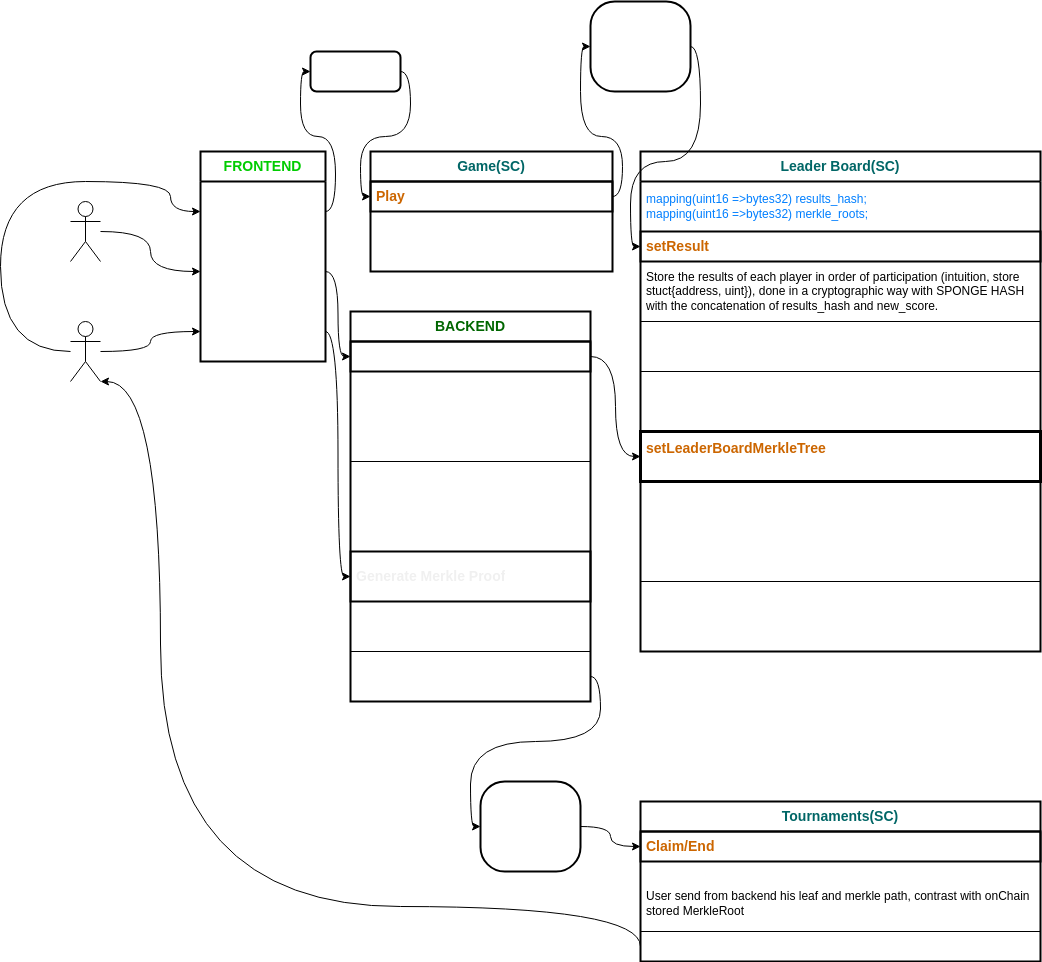
Above: GameFlowSchema.drawio.png in TFM-Torneos-Blockchain/scaffoldVersion (draw.io), before the change. Source tidied: cells renumbered, new cells last; positions are measured from the earlier drawing's top-left corner, leaving out a move shared by most shapes.
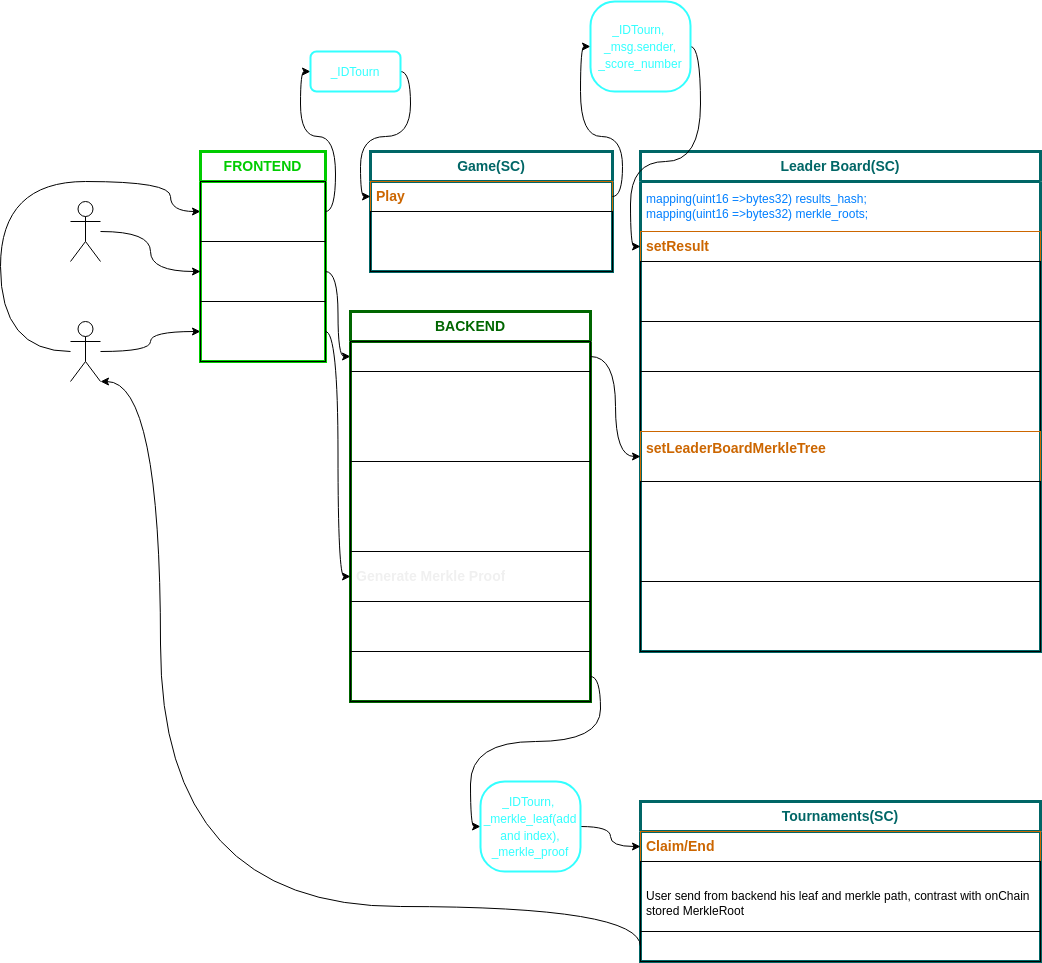
After the change.

Commit message:
Schema colors

Change to the diagram source:
```diff
@@ -20,18 +20,18 @@
     </mxCell>
-    <mxCell id="5" value="&lt;font color=&quot;#00cc00&quot; style=&quot;font-size: 14px;&quot;&gt;&lt;b&gt;FRONTEND&lt;/b&gt;&lt;/font&gt;" style="swimlane;fontStyle=0;horizontal=1;startSize=30;whiteSpace=wrap;html=1;strokeWidth=2;" parent="1" vertex="1">
+    <mxCell id="5" value="&lt;font color=&quot;#00cc00&quot; style=&quot;font-size: 14px;&quot;&gt;&lt;b&gt;FRONTEND&lt;/b&gt;&lt;/font&gt;" style="swimlane;fontStyle=0;horizontal=1;startSize=30;whiteSpace=wrap;html=1;strokeWidth=3;strokeColor=#00CC00;" parent="1" vertex="1">
       <mxGeometry x="200" y="150" width="125" height="210" as="geometry" />
     </mxCell>
-    <mxCell id="6" value="&lt;span style=&quot;text-align: center;&quot;&gt;&lt;font color=&quot;#ffffff&quot;&gt;Play Tournament X&lt;/font&gt;&lt;/span&gt;" style="text;strokeColor=none;fillColor=none;align=left;verticalAlign=middle;spacingLeft=4;spacingRight=4;overflow=hidden;points=[[0,0.5],[1,0.5]];portConstraint=eastwest;whiteSpace=wrap;html=1;" parent="5" vertex="1">
+    <mxCell id="6" value="&lt;span style=&quot;text-align: center;&quot;&gt;&lt;font color=&quot;#ffffff&quot;&gt;Play Tournament X&lt;/font&gt;&lt;/span&gt;" style="text;strokeColor=default;fillColor=none;align=left;verticalAlign=middle;spacingLeft=4;spacingRight=4;overflow=hidden;points=[[0,0.5],[1,0.5]];portConstraint=eastwest;whiteSpace=wrap;html=1;" parent="5" vertex="1">
       <mxGeometry y="30" width="125" height="60" as="geometry" />
     </mxCell>
-    <mxCell id="7" value="&lt;font color=&quot;#ffffff&quot;&gt;SetLeaderBoard&lt;/font&gt;" style="text;strokeColor=none;fillColor=none;align=left;verticalAlign=middle;spacingLeft=4;spacingRight=4;overflow=hidden;points=[[0,0.5],[1,0.5]];portConstraint=eastwest;whiteSpace=wrap;html=1;" parent="5" vertex="1">
+    <mxCell id="7" value="&lt;font color=&quot;#ffffff&quot;&gt;SetLeaderBoard&lt;/font&gt;" style="text;strokeColor=default;fillColor=none;align=left;verticalAlign=middle;spacingLeft=4;spacingRight=4;overflow=hidden;points=[[0,0.5],[1,0.5]];portConstraint=eastwest;whiteSpace=wrap;html=1;" parent="5" vertex="1">
       <mxGeometry y="90" width="125" height="60" as="geometry" />
     </mxCell>
-    <mxCell id="8" value="&lt;font color=&quot;#ffffff&quot;&gt;Claim&lt;/font&gt;" style="text;strokeColor=none;fillColor=none;align=left;verticalAlign=middle;spacingLeft=4;spacingRight=4;overflow=hidden;points=[[0,0.5],[1,0.5]];portConstraint=eastwest;whiteSpace=wrap;html=1;" parent="5" vertex="1">
+    <mxCell id="8" value="&lt;font color=&quot;#ffffff&quot;&gt;Claim&lt;/font&gt;" style="text;strokeColor=default;fillColor=none;align=left;verticalAlign=middle;spacingLeft=4;spacingRight=4;overflow=hidden;points=[[0,0.5],[1,0.5]];portConstraint=eastwest;whiteSpace=wrap;html=1;" parent="5" vertex="1">
       <mxGeometry y="150" width="125" height="60" as="geometry" />
     </mxCell>
-    <mxCell id="9" value="&lt;b&gt;&lt;font color=&quot;#006666&quot; style=&quot;font-size: 14px;&quot;&gt;Game(SC)&lt;/font&gt;&lt;/b&gt;" style="swimlane;fontStyle=0;horizontal=1;startSize=30;whiteSpace=wrap;html=1;strokeWidth=2;" parent="1" vertex="1">
+    <mxCell id="9" value="&lt;b&gt;&lt;font color=&quot;#006666&quot; style=&quot;font-size: 14px;&quot;&gt;Game(SC)&lt;/font&gt;&lt;/b&gt;" style="swimlane;fontStyle=0;horizontal=1;startSize=30;whiteSpace=wrap;html=1;strokeWidth=3;strokeColor=#006666;" parent="1" vertex="1">
       <mxGeometry x="370" y="150" width="242" height="120" as="geometry" />
     </mxCell>
-    <mxCell id="10" value="&lt;b&gt;&lt;font color=&quot;#cc6600&quot; style=&quot;font-size: 14px;&quot;&gt;Play&lt;/font&gt;&lt;/b&gt;" style="text;strokeColor=default;fillColor=none;align=left;verticalAlign=middle;spacingLeft=4;spacingRight=4;overflow=hidden;points=[[0,0.5],[1,0.5]];portConstraint=eastwest;whiteSpace=wrap;html=1;strokeWidth=2;" parent="9" vertex="1">
+    <mxCell id="10" value="&lt;b&gt;&lt;font color=&quot;#cc6600&quot; style=&quot;font-size: 14px;&quot;&gt;Play&lt;/font&gt;&lt;/b&gt;" style="text;strokeColor=#CC6600;fillColor=none;align=left;verticalAlign=middle;spacingLeft=4;spacingRight=4;overflow=hidden;points=[[0,0.5],[1,0.5]];portConstraint=eastwest;whiteSpace=wrap;html=1;strokeWidth=1;" parent="9" vertex="1">
       <mxGeometry y="30" width="242" height="30" as="geometry" />
@@ -47,3 +47,3 @@
     </mxCell>
-    <mxCell id="14" value="&lt;b&gt;&lt;font color=&quot;#006666&quot; style=&quot;font-size: 14px;&quot;&gt;Leader Board(SC)&lt;/font&gt;&lt;/b&gt;" style="swimlane;fontStyle=0;horizontal=1;startSize=30;whiteSpace=wrap;html=1;strokeWidth=2;" parent="1" vertex="1">
+    <mxCell id="14" value="&lt;b&gt;&lt;font color=&quot;#006666&quot; style=&quot;font-size: 14px;&quot;&gt;Leader Board(SC)&lt;/font&gt;&lt;/b&gt;" style="swimlane;fontStyle=0;horizontal=1;startSize=30;whiteSpace=wrap;html=1;strokeWidth=3;strokeColor=#006666;" parent="1" vertex="1">
       <mxGeometry x="640" y="150" width="400" height="500" as="geometry" />
@@ -53,6 +53,6 @@
     </mxCell>
-    <mxCell id="16" value="&lt;b&gt;&lt;font color=&quot;#cc6600&quot; style=&quot;font-size: 14px;&quot;&gt;setResult&amp;nbsp;&lt;/font&gt;&lt;/b&gt;" style="text;strokeColor=default;fillColor=none;align=left;verticalAlign=middle;spacingLeft=4;spacingRight=4;overflow=hidden;points=[[0,0.5],[1,0.5]];portConstraint=eastwest;whiteSpace=wrap;html=1;strokeWidth=2;" parent="14" vertex="1">
+    <mxCell id="16" value="&lt;b&gt;&lt;font color=&quot;#cc6600&quot; style=&quot;font-size: 14px;&quot;&gt;setResult&amp;nbsp;&lt;/font&gt;&lt;/b&gt;" style="text;strokeColor=#CC6600;fillColor=none;align=left;verticalAlign=middle;spacingLeft=4;spacingRight=4;overflow=hidden;points=[[0,0.5],[1,0.5]];portConstraint=eastwest;whiteSpace=wrap;html=1;strokeWidth=1;" parent="14" vertex="1">
       <mxGeometry y="80" width="400" height="30" as="geometry" />
     </mxCell>
-    <mxCell id="17" value="Store the results of each player in order of participation (intuition, store stuct{address, uint}), done in a cryptographic way with SPONGE HASH with the concatenation of results_hash and new_score." style="text;strokeColor=default;fillColor=none;align=left;verticalAlign=middle;spacingLeft=4;spacingRight=4;overflow=hidden;whiteSpace=wrap;html=1;strokeWidth=1;" parent="14" vertex="1">
+    <mxCell id="17" value="&lt;font color=&quot;#ffffff&quot;&gt;Store the results of each player in order of participation (intuition, store stuct{address, uint}), done in a cryptographic way with SPONGE HASH with the concatenation of results_hash and new_score.&lt;/font&gt;" style="text;strokeColor=default;fillColor=none;align=left;verticalAlign=middle;spacingLeft=4;spacingRight=4;overflow=hidden;whiteSpace=wrap;html=1;strokeWidth=1;" parent="14" vertex="1">
       <mxGeometry y="110" width="400" height="60" as="geometry" />
@@ -65,3 +65,3 @@
     </mxCell>
-    <mxCell id="20" value="&lt;b&gt;&lt;font style=&quot;font-size: 14px;&quot;&gt;&lt;font color=&quot;#cc6600&quot;&gt;setLeaderBoardMerkleTree&lt;/font&gt;&lt;font color=&quot;#ffffff&quot;&gt;(bytes desordenated_list, uint[]positions)&lt;/font&gt;&lt;/font&gt;&lt;/b&gt;" style="text;strokeColor=default;fillColor=none;align=left;verticalAlign=middle;spacingLeft=4;spacingRight=4;overflow=hidden;points=[[0,0.5],[1,0.5]];portConstraint=eastwest;whiteSpace=wrap;html=1;strokeWidth=3;" parent="14" vertex="1">
+    <mxCell id="20" value="&lt;b&gt;&lt;font style=&quot;font-size: 14px;&quot;&gt;&lt;font color=&quot;#cc6600&quot;&gt;setLeaderBoardMerkleTree&lt;/font&gt;&lt;font color=&quot;#ffffff&quot;&gt;(bytes desordenated_list, uint[]positions)&lt;/font&gt;&lt;/font&gt;&lt;/b&gt;" style="text;strokeColor=#CC6600;fillColor=none;align=left;verticalAlign=middle;spacingLeft=4;spacingRight=4;overflow=hidden;points=[[0,0.5],[1,0.5]];portConstraint=eastwest;whiteSpace=wrap;html=1;strokeWidth=1;" parent="14" vertex="1">
       <mxGeometry y="280" width="400" height="50" as="geometry" />
@@ -80,6 +80,6 @@
     </mxCell>
-    <mxCell id="25" value="&lt;font style=&quot;font-size: 12px;&quot; color=&quot;#ffffff&quot;&gt;_IDTourn,&amp;nbsp; _msg.sender, _score_number&lt;/font&gt;" style="rounded=1;whiteSpace=wrap;html=1;strokeWidth=2;fontSize=14;arcSize=27;fillColor=none;" parent="1" vertex="1">
+    <mxCell id="25" value="&lt;font color=&quot;#33ffff&quot; style=&quot;font-size: 12px;&quot;&gt;_IDTourn,&amp;nbsp; _msg.sender, _score_number&lt;/font&gt;" style="rounded=1;whiteSpace=wrap;html=1;strokeWidth=2;fontSize=14;arcSize=27;fillColor=none;strokeColor=#33FFFF;" parent="1" vertex="1">
       <mxGeometry x="590" width="100" height="90" as="geometry" />
     </mxCell>
-    <mxCell id="26" value="&lt;font style=&quot;font-size: 12px;&quot; color=&quot;#ffffff&quot;&gt;_IDTourn&lt;/font&gt;" style="rounded=1;whiteSpace=wrap;html=1;strokeWidth=2;fontSize=14;fillColor=none;" parent="1" vertex="1">
+    <mxCell id="26" value="&lt;font color=&quot;#33ffff&quot; style=&quot;font-size: 12px;&quot;&gt;_IDTourn&lt;/font&gt;" style="rounded=1;whiteSpace=wrap;html=1;strokeWidth=2;fontSize=14;fillColor=none;strokeColor=#33FFFF;" parent="1" vertex="1">
       <mxGeometry x="310" y="50" width="90" height="40" as="geometry" />
@@ -95,9 +95,9 @@
     </mxCell>
-    <mxCell id="30" value="&lt;b&gt;&lt;font color=&quot;#006600&quot; style=&quot;font-size: 14px;&quot;&gt;BACKEND&lt;/font&gt;&lt;/b&gt;" style="swimlane;fontStyle=0;horizontal=1;startSize=30;whiteSpace=wrap;html=1;strokeWidth=2;" parent="1" vertex="1">
+    <mxCell id="30" value="&lt;b&gt;&lt;font color=&quot;#006600&quot; style=&quot;font-size: 14px;&quot;&gt;BACKEND&lt;/font&gt;&lt;/b&gt;" style="swimlane;fontStyle=0;horizontal=1;startSize=30;whiteSpace=wrap;html=1;strokeWidth=3;strokeColor=#006600;" parent="1" vertex="1">
       <mxGeometry x="350" y="310" width="240" height="390" as="geometry" />
     </mxCell>
-    <mxCell id="31" value="&lt;span style=&quot;text-align: center;&quot;&gt;&lt;b&gt;&lt;font color=&quot;#ffffff&quot; style=&quot;font-size: 14px;&quot;&gt;LeaderBoard Preparation&lt;/font&gt;&lt;/b&gt;&lt;/span&gt;" style="text;strokeColor=default;fillColor=none;align=left;verticalAlign=middle;spacingLeft=4;spacingRight=4;overflow=hidden;points=[[0,0.5],[1,0.5]];portConstraint=eastwest;whiteSpace=wrap;html=1;strokeWidth=2;" parent="30" vertex="1">
+    <mxCell id="31" value="&lt;span style=&quot;text-align: center;&quot;&gt;&lt;b&gt;&lt;font color=&quot;#ffffff&quot; style=&quot;font-size: 14px;&quot;&gt;LeaderBoard Preparation&lt;/font&gt;&lt;/b&gt;&lt;/span&gt;" style="text;strokeColor=default;fillColor=none;align=left;verticalAlign=middle;spacingLeft=4;spacingRight=4;overflow=hidden;points=[[0,0.5],[1,0.5]];portConstraint=eastwest;whiteSpace=wrap;html=1;strokeWidth=1;" parent="30" vertex="1">
       <mxGeometry y="30" width="240" height="30" as="geometry" />
     </mxCell>
-    <mxCell id="32" value="&lt;font color=&quot;#ffffff&quot;&gt;Reading Event(ResultCreated), concatenate bytes of address and score for each player in the order of their participation and, generate desordenated_list.&lt;/font&gt;" style="text;strokeColor=default;fillColor=none;align=left;verticalAlign=middle;spacingLeft=4;spacingRight=4;overflow=hidden;whiteSpace=wrap;html=1;" parent="30" vertex="1">
+    <mxCell id="32" value="&lt;font color=&quot;#ffffff&quot;&gt;Reading Event(ResultCreated), concatenate bytes of address (20bytes) and score (32bytes) for each player in the order of their participation and, generate desordenated_list.&lt;/font&gt;" style="text;strokeColor=default;fillColor=none;align=left;verticalAlign=middle;spacingLeft=4;spacingRight=4;overflow=hidden;whiteSpace=wrap;html=1;" parent="30" vertex="1">
       <mxGeometry y="60" width="240" height="90" as="geometry" />
@@ -107,9 +107,9 @@
     </mxCell>
-    <mxCell id="34" value="&lt;span style=&quot;color: rgb(240, 240, 240); font-family: Helvetica; font-style: normal; font-variant-ligatures: normal; font-variant-caps: normal; letter-spacing: normal; orphans: 2; text-align: center; text-indent: 0px; text-transform: none; widows: 2; word-spacing: 0px; -webkit-text-stroke-width: 0px; text-decoration-thickness: initial; text-decoration-style: initial; text-decoration-color: initial; float: none; display: inline !important;&quot;&gt;&lt;b style=&quot;&quot;&gt;&lt;font style=&quot;font-size: 14px;&quot;&gt;Generate Merkle Proof&lt;/font&gt;&lt;/b&gt;&lt;/span&gt;" style="text;strokeColor=default;fillColor=none;align=left;verticalAlign=middle;spacingLeft=4;spacingRight=4;overflow=hidden;points=[[0,0.5],[1,0.5]];portConstraint=eastwest;whiteSpace=wrap;html=1;strokeWidth=2;" parent="30" vertex="1">
+    <mxCell id="34" value="&lt;span style=&quot;color: rgb(240, 240, 240); font-family: Helvetica; font-style: normal; font-variant-ligatures: normal; font-variant-caps: normal; letter-spacing: normal; orphans: 2; text-align: center; text-indent: 0px; text-transform: none; widows: 2; word-spacing: 0px; -webkit-text-stroke-width: 0px; text-decoration-thickness: initial; text-decoration-style: initial; text-decoration-color: initial; float: none; display: inline !important;&quot;&gt;&lt;b style=&quot;&quot;&gt;&lt;font style=&quot;font-size: 14px;&quot;&gt;Generate Merkle Proof&lt;/font&gt;&lt;/b&gt;&lt;/span&gt;" style="text;strokeColor=default;fillColor=none;align=left;verticalAlign=middle;spacingLeft=4;spacingRight=4;overflow=hidden;points=[[0,0.5],[1,0.5]];portConstraint=eastwest;whiteSpace=wrap;html=1;strokeWidth=1;" parent="30" vertex="1">
       <mxGeometry y="240" width="240" height="50" as="geometry" />
     </mxCell>
-    <mxCell id="35" value="&lt;font color=&quot;#ffffff&quot;&gt;&lt;span style=&quot;font-family: Helvetica; font-size: 12px; font-style: normal; font-variant-ligatures: normal; font-variant-caps: normal; font-weight: 400; letter-spacing: normal; orphans: 2; text-align: left; text-indent: 0px; text-transform: none; widows: 2; word-spacing: 0px; -webkit-text-stroke-width: 0px; text-decoration-thickness: initial; text-decoration-style: initial; text-decoration-color: initial; float: none; display: inline !important;&quot;&gt;with msg.sender retrieve position,&lt;/span&gt;&lt;br style=&quot;border-color: rgb(0, 0, 0); font-family: Helvetica; font-size: 12px; font-style: normal; font-variant-ligatures: normal; font-variant-caps: normal; font-weight: 400; letter-spacing: normal; orphans: 2; text-align: left; text-indent: 0px; text-transform: none; widows: 2; word-spacing: 0px; -webkit-text-stroke-width: 0px; text-decoration-thickness: initial; text-decoration-style: initial; text-decoration-color: initial;&quot;&gt;&lt;span style=&quot;font-family: Helvetica; font-size: 12px; font-style: normal; font-variant-ligatures: normal; font-variant-caps: normal; font-weight: 400; letter-spacing: normal; orphans: 2; text-align: left; text-indent: 0px; text-transform: none; widows: 2; word-spacing: 0px; -webkit-text-stroke-width: 0px; text-decoration-thickness: initial; text-decoration-style: initial; text-decoration-color: initial; float: none; display: inline !important;&quot;&gt;and generate user's merkle leaf&lt;/span&gt;&lt;/font&gt;" style="text;strokeColor=default;fillColor=none;align=left;verticalAlign=middle;spacingLeft=4;spacingRight=4;overflow=hidden;whiteSpace=wrap;html=1;strokeWidth=1;" parent="30" vertex="1">
+    <mxCell id="35" value="&lt;font color=&quot;#ffffff&quot;&gt;When a player wants to claim, with each address, retrieve position and create user's leaf.&lt;/font&gt;" style="text;strokeColor=default;fillColor=none;align=left;verticalAlign=middle;spacingLeft=4;spacingRight=4;overflow=hidden;whiteSpace=wrap;html=1;strokeWidth=1;" parent="30" vertex="1">
       <mxGeometry y="290" width="240" height="50" as="geometry" />
     </mxCell>
-    <mxCell id="36" value="&lt;font color=&quot;#ffffff&quot;&gt;Generate Merkle Proof with Merkle Path and sibling nodes (can be generated reading Events(ResultCreated)&lt;/font&gt;" style="text;strokeColor=default;fillColor=none;align=left;verticalAlign=middle;spacingLeft=4;spacingRight=4;overflow=hidden;points=[[0,0.5],[1,0.5]];portConstraint=eastwest;whiteSpace=wrap;html=1;strokeWidth=1;" parent="30" vertex="1">
+    <mxCell id="36" value="&lt;font color=&quot;#ffffff&quot;&gt;Generate Merkle Proof: &lt;br&gt;Reading Events(ResultCreated), recreate onchain merkle tree to get merkle proof&lt;/font&gt;" style="text;strokeColor=default;fillColor=none;align=left;verticalAlign=middle;spacingLeft=4;spacingRight=4;overflow=hidden;points=[[0,0.5],[1,0.5]];portConstraint=eastwest;whiteSpace=wrap;html=1;strokeWidth=1;" parent="30" vertex="1">
       <mxGeometry y="340" width="240" height="50" as="geometry" />
@@ -122,6 +122,6 @@
     </mxCell>
-    <mxCell id="39" value="&lt;b&gt;&lt;font color=&quot;#006666&quot; style=&quot;font-size: 14px;&quot;&gt;Tournaments(SC)&lt;/font&gt;&lt;/b&gt;" style="swimlane;fontStyle=0;horizontal=1;startSize=30;whiteSpace=wrap;html=1;strokeWidth=2;" parent="1" vertex="1">
+    <mxCell id="39" value="&lt;b&gt;&lt;font color=&quot;#006666&quot; style=&quot;font-size: 14px;&quot;&gt;Tournaments(SC)&lt;/font&gt;&lt;/b&gt;" style="swimlane;fontStyle=0;horizontal=1;startSize=30;whiteSpace=wrap;html=1;strokeWidth=3;strokeColor=#006666;" parent="1" vertex="1">
       <mxGeometry x="640" y="800" width="400" height="160" as="geometry" />
     </mxCell>
-    <mxCell id="40" value="&lt;b&gt;&lt;font color=&quot;#cc6600&quot; style=&quot;font-size: 14px;&quot;&gt;Claim/End&lt;/font&gt;&lt;/b&gt;" style="text;strokeColor=default;fillColor=none;align=left;verticalAlign=middle;spacingLeft=4;spacingRight=4;overflow=hidden;points=[[0,0.5],[1,0.5]];portConstraint=eastwest;whiteSpace=wrap;html=1;strokeWidth=2;" parent="39" vertex="1">
+    <mxCell id="40" value="&lt;b&gt;&lt;font color=&quot;#cc6600&quot; style=&quot;font-size: 14px;&quot;&gt;Claim/End&lt;/font&gt;&lt;/b&gt;" style="text;strokeColor=#CC6600;fillColor=none;align=left;verticalAlign=middle;spacingLeft=4;spacingRight=4;overflow=hidden;points=[[0,0.5],[1,0.5]];portConstraint=eastwest;whiteSpace=wrap;html=1;strokeWidth=1;" parent="39" vertex="1">
       <mxGeometry y="30" width="400" height="30" as="geometry" />
@@ -140,3 +140,3 @@
     </mxCell>
-    <mxCell id="45" value="&lt;font style=&quot;font-size: 12px;&quot; color=&quot;#ffffff&quot;&gt;_IDTourn,&amp;nbsp; _merkle_leaf(add and index), _merkle_proof&lt;/font&gt;" style="rounded=1;whiteSpace=wrap;html=1;strokeWidth=2;fontSize=14;arcSize=27;fillColor=none;" parent="1" vertex="1">
+    <mxCell id="45" value="&lt;font color=&quot;#33ffff&quot; style=&quot;font-size: 12px;&quot;&gt;_IDTourn,&amp;nbsp; _merkle_leaf(add and index), _merkle_proof&lt;/font&gt;" style="rounded=1;whiteSpace=wrap;html=1;strokeWidth=2;fontSize=14;arcSize=27;fillColor=none;strokeColor=#33FFFF;" parent="1" vertex="1">
       <mxGeometry x="480" y="780" width="100" height="90" as="geometry" />
```
